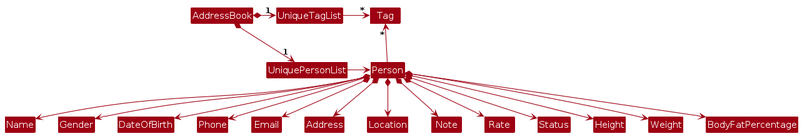
This is diagrams/BetterModelClassDiagram.png from prickloll/tp, a PlantUML export, as it was before one commit. Its source is kept beside it as diagrams/BetterModelClassDiagram.puml.
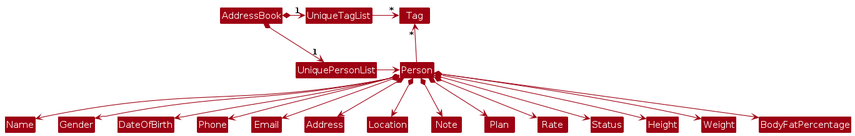
The same diagram one commit later.

Diff of the diagram source:
```diff
@@ -22,6 +22,7 @@
 Person *--> Address
 Person *--> Location
 Person *--> Note
+Person *--> Plan
 Person *--> Rate
 Person *--> Status
 Person *--> Height
```
